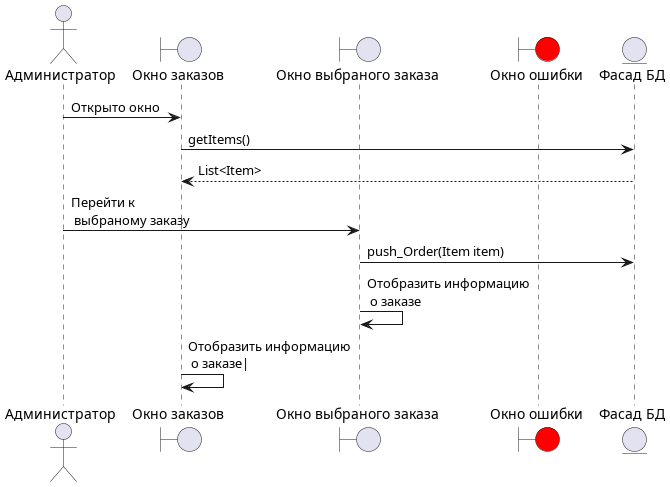
Before: uml-диаграммы/out/Диаграмма последовательности/Диаграмма_последовательности_отправить_заказ/Диаграмма последовательности отправления заказа+.png, a diagram exported from PlantUML (BombasticFantastik/PIS_Course_work). The source it was exported from:
```plantuml
@startuml Диаграмма последовательности отправления заказа+

actor Admin as "Администратор"

boundary item_list as "Окно заказов"
boundary selected_order_window as "Окно выбраного заказа"
boundary error as "Окно ошибки" #red

entity facade as "Фасад БД"

Admin -> item_list : Открыто окно

item_list -> facade : getItems()
facade --> item_list : List<Item>

Admin -> selected_order_window : Перейти к \n выбраному заказу

selected_order_window->facade : push_Order(Item item)
selected_order_window->selected_order_window: Отобразить информацию \n о заказе
item_list -> item_list : Отобразить информацию \n о заказе|

@enduml
```
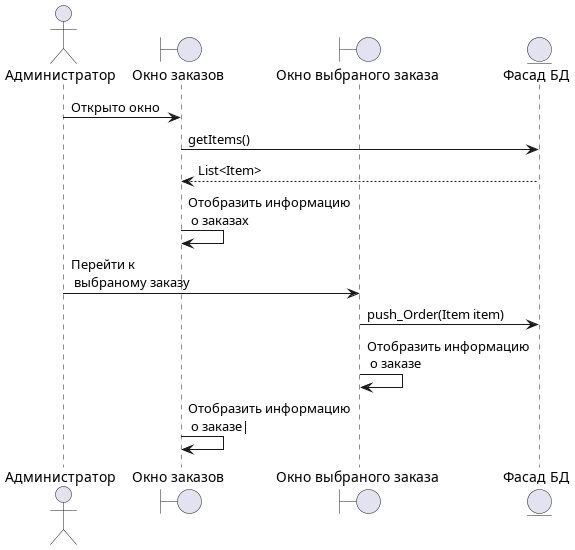
Later version of the same file.

What changed in the source:
```diff
@@ -4,7 +4,6 @@
 
 boundary item_list as "Окно заказов"
 boundary selected_order_window as "Окно выбраного заказа"
-boundary error as "Окно ошибки" #red
 
 entity facade as "Фасад БД"
 
@@ -12,6 +11,7 @@
 
 item_list -> facade : getItems()
 facade --> item_list : List<Item>
+item_list->item_list: Отобразить информацию \n о заказах
 
 Admin -> selected_order_window : Перейти к \n выбраному заказу
 
```
